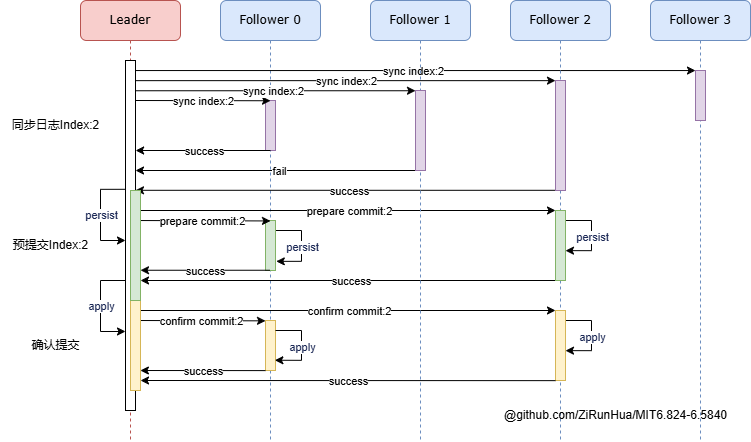
The draw.io diagram docs/lab3/img/two-stage-submit.png in ZiRunHua/MIT6.824-6.5840, before a commit. Source tidied: cells renumbered, new cells last; positions are measured from the earlier drawing's top-left corner, leaving out a move shared by most shapes.
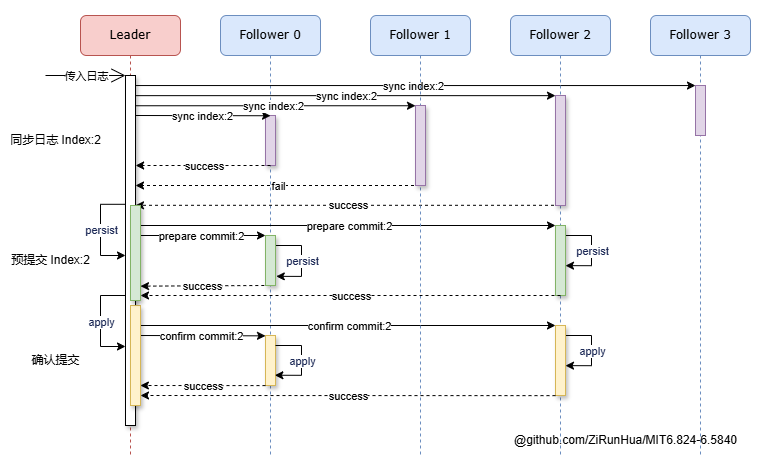
The same file after the commit.

Diff of the diagram source:
```diff
@@ -2,10 +2,16 @@
   <root>
     <mxCell id="0" />
     <mxCell id="1" parent="0" />
+    <mxCell id="64" style="rounded=0;whiteSpace=wrap;html=1;strokeColor=none;" parent="1" vertex="1">
+      <mxGeometry x="-5" y="-15" width="760" height="470" as="geometry" />
+    </mxCell>
+    <mxCell id="65" style="group;" parent="1" vertex="1">
+      <mxGeometry x="-5" width="750" height="440" as="geometry" />
+    </mxCell>
-    <mxCell id="2" value="Follower 0" style="shape=umlLifeline;perimeter=lifelinePerimeter;whiteSpace=wrap;html=1;outlineConnect=0;rounded=1;shadow=0;comic=0;labelBackgroundColor=none;strokeWidth=1;fontFamily=Verdana;fontSize=12;align=center;fillColor=#dae8fc;strokeColor=#6c8ebf;" parent="1" vertex="1">
+    <mxCell id="2" value="Follower 0" style="shape=umlLifeline;perimeter=lifelinePerimeter;whiteSpace=wrap;html=1;outlineConnect=0;rounded=1;shadow=0;comic=0;labelBackgroundColor=none;strokeWidth=1;fontFamily=Verdana;fontSize=12;align=center;fillColor=#dae8fc;strokeColor=#6c8ebf;" parent="65" vertex="1">
       <mxGeometry x="220" width="100" height="440" as="geometry" />
     </mxCell>
-    <mxCell id="3" style="html=1;perimeter=orthogonalPerimeter;rounded=0;shadow=0;comic=0;labelBackgroundColor=none;strokeWidth=1;fontFamily=Verdana;fontSize=12;align=center;fillColor=#e1d5e7;strokeColor=#9673a6;" parent="2" vertex="1">
+    <mxCell id="3" style="html=1;perimeter=orthogonalPerimeter;rounded=0;shadow=1;comic=0;labelBackgroundColor=none;strokeWidth=1;fontFamily=Verdana;fontSize=12;align=center;fillColor=#e1d5e7;strokeColor=#9673a6;" parent="2" vertex="1">
       <mxGeometry x="45" y="100" width="10" height="50" as="geometry" />
     </mxCell>
     <mxCell id="4" style="rounded=0;orthogonalLoop=1;jettySize=auto;html=1;exitX=1.044;exitY=0.091;exitDx=0;exitDy=0;exitPerimeter=0;entryX=0.144;entryY=0.005;entryDx=0;entryDy=0;entryPerimeter=0;" parent="2" edge="1">
@@ -17,7 +23,7 @@
     <mxCell id="5" value="sync index:2" style="edgeLabel;html=1;align=center;verticalAlign=middle;" parent="4" vertex="1">
       <mxGeometry relative="1" as="geometry" />
     </mxCell>
-    <mxCell id="6" style="rounded=0;orthogonalLoop=1;jettySize=auto;html=1;" parent="2" edge="1">
+    <mxCell id="6" style="rounded=0;orthogonalLoop=1;jettySize=auto;html=1;dashed=1;" parent="2" edge="1">
       <mxGeometry relative="1" as="geometry">
         <mxPoint x="50" y="150" as="sourcePoint" />
         <mxPoint x="-84.9" y="150" as="targetPoint" />
@@ -37,19 +43,19 @@
     <mxCell id="9" value="&lt;span style=&quot;color: rgb(29, 42, 87); font-family: Arial, Helvetica, &amp;quot;Hiragino Sans GB&amp;quot;, &amp;quot;Microsoft YaHei&amp;quot;, &amp;quot;WenQuanYi Micro Hei&amp;quot;, sans-serif; text-align: start; text-wrap-mode: wrap;&quot;&gt;&lt;font&gt;persist&lt;/font&gt;&lt;/span&gt;" style="edgeLabel;html=1;align=center;verticalAlign=middle;" parent="8" vertex="1">
       <mxGeometry relative="1" as="geometry" />
     </mxCell>
-    <mxCell id="10" style="html=1;points=[];perimeter=orthogonalPerimeter;rounded=0;shadow=0;comic=0;labelBackgroundColor=none;strokeWidth=1;fontFamily=Verdana;fontSize=12;align=center;fillColor=#d5e8d4;strokeColor=#82b366;" parent="2" vertex="1">
+    <mxCell id="10" style="html=1;points=[];perimeter=orthogonalPerimeter;rounded=0;shadow=1;comic=0;labelBackgroundColor=none;strokeWidth=1;fontFamily=Verdana;fontSize=12;align=center;fillColor=#d5e8d4;strokeColor=#82b366;" parent="2" vertex="1">
       <mxGeometry x="45" y="220" width="10" height="50" as="geometry" />
     </mxCell>
-    <mxCell id="11" style="rounded=0;orthogonalLoop=1;jettySize=auto;html=1;exitX=0.967;exitY=0.373;exitDx=0;exitDy=0;exitPerimeter=0;entryX=0.371;entryY=0.009;entryDx=0;entryDy=0;entryPerimeter=0;" parent="2" edge="1">
+    <mxCell id="11" style="rounded=0;orthogonalLoop=1;jettySize=auto;html=1;exitX=0.967;exitY=0.373;exitDx=0;exitDy=0;exitPerimeter=0;" parent="2" edge="1">
       <mxGeometry relative="1" as="geometry">
-        <mxPoint x="-88.7" y="220" as="sourcePoint" />
-        <mxPoint x="50" y="220.4" as="targetPoint" />
+        <mxPoint x="-83.7" y="220" as="sourcePoint" />
+        <mxPoint x="45" y="220" as="targetPoint" />
       </mxGeometry>
     </mxCell>
     <mxCell id="12" value="prepare commit:2" style="edgeLabel;html=1;align=center;verticalAlign=middle;" parent="11" vertex="1">
       <mxGeometry relative="1" as="geometry" />
     </mxCell>
-    <mxCell id="13" style="html=1;points=[];perimeter=orthogonalPerimeter;rounded=0;shadow=0;comic=0;labelBackgroundColor=none;strokeWidth=1;fontFamily=Verdana;fontSize=12;align=center;fillColor=#fff2cc;strokeColor=#d6b656;" parent="2" vertex="1">
+    <mxCell id="13" style="html=1;points=[];perimeter=orthogonalPerimeter;rounded=0;shadow=1;comic=0;labelBackgroundColor=none;strokeWidth=1;fontFamily=Verdana;fontSize=12;align=center;fillColor=#fff2cc;strokeColor=#d6b656;" parent="2" vertex="1">
       <mxGeometry x="45" y="320" width="10" height="50" as="geometry" />
     </mxCell>
     <mxCell id="14" style="rounded=0;orthogonalLoop=1;jettySize=auto;html=1;exitX=0.967;exitY=0.373;exitDx=0;exitDy=0;exitPerimeter=0;entryX=0.302;entryY=0.007;entryDx=0;entryDy=0;entryPerimeter=0;" parent="2" edge="1">
@@ -101,7 +107,7 @@
     <mxCell id="23" value="&lt;span style=&quot;color: rgb(29, 42, 87); font-family: Arial, Helvetica, &amp;quot;Hiragino Sans GB&amp;quot;, &amp;quot;Microsoft YaHei&amp;quot;, &amp;quot;WenQuanYi Micro Hei&amp;quot;, sans-serif; text-align: start; text-wrap-mode: wrap;&quot;&gt;apply&lt;/span&gt;" style="edgeLabel;html=1;align=center;verticalAlign=middle;" parent="22" vertex="1">
       <mxGeometry relative="1" as="geometry" />
     </mxCell>
-    <mxCell id="24" style="rounded=0;jettySize=auto;html=1;entryX=0.064;entryY=0.003;entryDx=0;entryDy=0;entryPerimeter=0;" parent="2" edge="1" source="58">
+    <mxCell id="24" style="rounded=0;jettySize=auto;html=1;entryX=0.064;entryY=0.003;entryDx=0;entryDy=0;entryPerimeter=0;textShadow=0;" parent="2" edge="1" source="58">
       <mxGeometry relative="1" as="geometry">
         <mxPoint x="335" y="80.1" as="targetPoint" />
       </mxGeometry>
@@ -129,7 +135,7 @@
     <mxCell id="29" value="&lt;span style=&quot;color: rgb(29, 42, 87); font-family: Arial, Helvetica, &amp;quot;Hiragino Sans GB&amp;quot;, &amp;quot;Microsoft YaHei&amp;quot;, &amp;quot;WenQuanYi Micro Hei&amp;quot;, sans-serif; text-align: start; text-wrap-mode: wrap;&quot;&gt;&lt;font&gt;persist&lt;/font&gt;&lt;/span&gt;" style="edgeLabel;html=1;align=center;verticalAlign=middle;" parent="28" vertex="1">
       <mxGeometry relative="1" as="geometry" />
     </mxCell>
-    <mxCell id="30" style="rounded=0;jettySize=auto;html=1;entryX=0.04;entryY=0.001;entryDx=0;entryDy=0;entryPerimeter=0;" parent="2" edge="1" source="57">
+    <mxCell id="30" style="rounded=0;jettySize=auto;html=1;entryX=0.04;entryY=0.001;entryDx=0;entryDy=0;entryPerimeter=0;textShadow=0;" parent="2" edge="1" source="57">
       <mxGeometry relative="1" as="geometry">
         <mxPoint x="475" y="70.1" as="targetPoint" />
       </mxGeometry>
@@ -137,7 +143,7 @@
     <mxCell id="31" value="sync index:2" style="edgeLabel;html=1;align=center;verticalAlign=middle;" parent="30" vertex="1">
       <mxGeometry relative="1" as="geometry" />
     </mxCell>
-    <mxCell id="32" style="rounded=0;jettySize=auto;html=1;entryX=1.233;entryY=0.295;entryDx=0;entryDy=0;entryPerimeter=0;" parent="2" edge="1" source="48">
+    <mxCell id="32" style="rounded=0;jettySize=auto;html=1;entryX=1.233;entryY=0.295;entryDx=0;entryDy=0;entryPerimeter=0;dashed=1;" parent="2" edge="1" source="48">
       <mxGeometry relative="1" as="geometry">
         <mxPoint x="-85" y="189.8" as="targetPoint" />
       </mxGeometry>
@@ -145,23 +151,6 @@
     <mxCell id="33" value="success" style="edgeLabel;html=1;align=center;verticalAlign=middle;" parent="32" vertex="1">
       <mxGeometry relative="1" as="geometry" />
     </mxCell>
-    <mxCell id="34" style="rounded=0;jettySize=auto;html=1;entryX=1.331;entryY=0.725;entryDx=0;entryDy=0;entryPerimeter=0;" parent="2" edge="1" source="2">
-      <mxGeometry relative="1" as="geometry">
-        <mxPoint x="-80" y="269.8" as="targetPoint" />
-      </mxGeometry>
-    </mxCell>
-    <mxCell id="35" value="success" style="edgeLabel;html=1;align=center;verticalAlign=middle;" parent="34" vertex="1">
-      <mxGeometry relative="1" as="geometry" />
-    </mxCell>
-    <mxCell id="36" style="rounded=0;orthogonalLoop=1;jettySize=auto;html=1;entryX=0.777;entryY=0.817;entryDx=0;entryDy=0;entryPerimeter=0;" parent="2" edge="1">
-      <mxGeometry relative="1" as="geometry">
-        <mxPoint x="340" y="280" as="sourcePoint" />
-        <mxPoint x="-80" y="280" as="targetPoint" />
-      </mxGeometry>
-    </mxCell>
-    <mxCell id="37" value="success" style="edgeLabel;html=1;align=center;verticalAlign=middle;" parent="36" vertex="1">
-      <mxGeometry relative="1" as="geometry" />
-    </mxCell>
     <mxCell id="38" style="edgeStyle=orthogonalEdgeStyle;rounded=0;jettySize=auto;html=1;exitX=-0.033;exitY=0.368;exitDx=0;exitDy=0;exitPerimeter=0;" parent="2" edge="1" source="58">
       <mxGeometry relative="1" as="geometry">
         <mxPoint x="-95" y="240" as="targetPoint" />
@@ -187,7 +176,7 @@
     <mxCell id="41" value="&lt;span style=&quot;color: rgb(29, 42, 87); font-family: Arial, Helvetica, &amp;quot;Hiragino Sans GB&amp;quot;, &amp;quot;Microsoft YaHei&amp;quot;, &amp;quot;WenQuanYi Micro Hei&amp;quot;, sans-serif; text-align: start; text-wrap-mode: wrap;&quot;&gt;&lt;font&gt;apply&lt;/font&gt;&lt;/span&gt;" style="edgeLabel;html=1;align=center;verticalAlign=middle;" parent="40" vertex="1">
       <mxGeometry relative="1" as="geometry" />
     </mxCell>
-    <mxCell id="42" style="rounded=0;jettySize=auto;html=1;entryX=0.933;entryY=0.227;entryDx=0;entryDy=0;entryPerimeter=0;" parent="2" edge="1" source="46">
+    <mxCell id="42" style="rounded=0;jettySize=auto;html=1;entryX=0.933;entryY=0.227;entryDx=0;entryDy=0;entryPerimeter=0;dashed=1;" parent="2" edge="1" source="46">
       <mxGeometry relative="1" as="geometry">
         <mxPoint x="-85" y="170" as="targetPoint" />
       </mxGeometry>
@@ -195,7 +184,7 @@
     <mxCell id="43" value="fail" style="edgeLabel;html=1;align=center;verticalAlign=middle;" parent="42" vertex="1">
       <mxGeometry relative="1" as="geometry" />
     </mxCell>
-    <mxCell id="44" style="rounded=0;orthogonalLoop=1;jettySize=auto;html=1;exitX=0.011;exitY=1.002;exitDx=0;exitDy=0;exitPerimeter=0;" parent="2" edge="1">
+    <mxCell id="44" style="rounded=0;orthogonalLoop=1;jettySize=auto;html=1;exitX=0.011;exitY=1.002;exitDx=0;exitDy=0;exitPerimeter=0;dashed=1;" parent="2" edge="1">
       <mxGeometry relative="1" as="geometry">
         <mxPoint x="45" y="370.1" as="sourcePoint" />
         <mxPoint x="-80.1" y="370" as="targetPoint" />
@@ -204,25 +193,25 @@
     <mxCell id="45" value="success" style="edgeLabel;html=1;align=center;verticalAlign=middle;" parent="44" vertex="1">
       <mxGeometry relative="1" as="geometry" />
     </mxCell>
-    <mxCell id="46" value="Follower 1" style="shape=umlLifeline;perimeter=lifelinePerimeter;whiteSpace=wrap;html=1;outlineConnect=0;rounded=1;shadow=0;comic=0;labelBackgroundColor=none;strokeWidth=1;fontFamily=Verdana;fontSize=12;align=center;fillColor=#dae8fc;strokeColor=#6c8ebf;" parent="1" vertex="1">
+    <mxCell id="46" value="Follower 1" style="shape=umlLifeline;perimeter=lifelinePerimeter;whiteSpace=wrap;html=1;outlineConnect=0;rounded=1;shadow=0;comic=0;labelBackgroundColor=none;strokeWidth=1;fontFamily=Verdana;fontSize=12;align=center;fillColor=#dae8fc;strokeColor=#6c8ebf;" parent="65" vertex="1">
       <mxGeometry x="370" width="100" height="440" as="geometry" />
     </mxCell>
-    <mxCell id="47" style="html=1;perimeter=orthogonalPerimeter;rounded=0;shadow=0;comic=0;labelBackgroundColor=none;strokeWidth=1;fontFamily=Verdana;fontSize=12;align=center;fillColor=#e1d5e7;strokeColor=#9673a6;" parent="46" vertex="1">
+    <mxCell id="47" style="html=1;perimeter=orthogonalPerimeter;rounded=0;shadow=1;comic=0;labelBackgroundColor=none;strokeWidth=1;fontFamily=Verdana;fontSize=12;align=center;fillColor=#e1d5e7;strokeColor=#9673a6;" parent="46" vertex="1">
       <mxGeometry x="45" y="90" width="10" height="80" as="geometry" />
     </mxCell>
-    <mxCell id="48" value="Follower 2" style="shape=umlLifeline;perimeter=lifelinePerimeter;whiteSpace=wrap;html=1;outlineConnect=0;rounded=1;shadow=0;comic=0;labelBackgroundColor=none;strokeWidth=1;fontFamily=Verdana;fontSize=12;align=center;fillColor=#dae8fc;strokeColor=#6c8ebf;" parent="1" vertex="1">
+    <mxCell id="48" value="Follower 2" style="shape=umlLifeline;perimeter=lifelinePerimeter;whiteSpace=wrap;html=1;outlineConnect=0;rounded=1;shadow=0;comic=0;labelBackgroundColor=none;strokeWidth=1;fontFamily=Verdana;fontSize=12;align=center;fillColor=#dae8fc;strokeColor=#6c8ebf;" parent="65" vertex="1">
       <mxGeometry x="510" width="100" height="440" as="geometry" />
     </mxCell>
-    <mxCell id="49" style="html=1;perimeter=orthogonalPerimeter;rounded=0;shadow=0;comic=0;labelBackgroundColor=none;strokeWidth=1;fontFamily=Verdana;fontSize=12;align=center;fillColor=#e1d5e7;strokeColor=#9673a6;" parent="48" vertex="1">
+    <mxCell id="49" style="html=1;perimeter=orthogonalPerimeter;rounded=0;shadow=1;comic=0;labelBackgroundColor=none;strokeWidth=1;fontFamily=Verdana;fontSize=12;align=center;fillColor=#e1d5e7;strokeColor=#9673a6;" parent="48" vertex="1">
       <mxGeometry x="45" y="80" width="10" height="110" as="geometry" />
     </mxCell>
-    <mxCell id="50" style="html=1;points=[];perimeter=orthogonalPerimeter;rounded=0;shadow=0;comic=0;labelBackgroundColor=none;strokeWidth=1;fontFamily=Verdana;fontSize=12;align=center;fillColor=#d5e8d4;strokeColor=#82b366;" parent="48" vertex="1">
+    <mxCell id="50" style="html=1;points=[];perimeter=orthogonalPerimeter;rounded=0;shadow=1;comic=0;labelBackgroundColor=none;strokeWidth=1;fontFamily=Verdana;fontSize=12;align=center;fillColor=#d5e8d4;strokeColor=#82b366;" parent="48" vertex="1">
       <mxGeometry x="45" y="210" width="10" height="70" as="geometry" />
     </mxCell>
-    <mxCell id="51" style="html=1;points=[];perimeter=orthogonalPerimeter;rounded=0;shadow=0;comic=0;labelBackgroundColor=none;strokeWidth=1;fontFamily=Verdana;fontSize=12;align=center;fillColor=#fff2cc;strokeColor=#d6b656;" parent="48" vertex="1">
+    <mxCell id="51" style="html=1;points=[];perimeter=orthogonalPerimeter;rounded=0;shadow=1;comic=0;labelBackgroundColor=none;strokeWidth=1;fontFamily=Verdana;fontSize=12;align=center;fillColor=#fff2cc;strokeColor=#d6b656;" parent="48" vertex="1">
       <mxGeometry x="45" y="310" width="10" height="70" as="geometry" />
     </mxCell>
-    <mxCell id="52" style="rounded=0;orthogonalLoop=1;jettySize=auto;html=1;exitX=0.171;exitY=1.002;exitDx=0;exitDy=0;exitPerimeter=0;" parent="48" edge="1">
+    <mxCell id="52" style="rounded=0;orthogonalLoop=1;jettySize=auto;html=1;exitX=0.171;exitY=1.002;exitDx=0;exitDy=0;exitPerimeter=0;dashed=1;" parent="48" edge="1">
       <mxGeometry relative="1" as="geometry">
         <mxPoint x="45" y="380.1" as="sourcePoint" />
         <mxPoint x="-370" y="380" as="targetPoint" />
@@ -231,35 +220,62 @@
     <mxCell id="53" value="success" style="edgeLabel;html=1;align=center;verticalAlign=middle;" parent="52" vertex="1">
       <mxGeometry relative="1" as="geometry" />
     </mxCell>
-    <mxCell id="54" value="Follower 3" style="shape=umlLifeline;perimeter=lifelinePerimeter;whiteSpace=wrap;html=1;rounded=1;shadow=0;comic=0;labelBackgroundColor=none;strokeWidth=1;fontFamily=Verdana;fontSize=12;align=center;fillColor=#dae8fc;strokeColor=#6c8ebf;" parent="1" vertex="1">
+    <mxCell id="54" value="Follower 3" style="shape=umlLifeline;perimeter=lifelinePerimeter;whiteSpace=wrap;html=1;rounded=1;shadow=0;comic=0;labelBackgroundColor=none;strokeWidth=1;fontFamily=Verdana;fontSize=12;align=center;fillColor=#dae8fc;strokeColor=#6c8ebf;" parent="65" vertex="1">
       <mxGeometry x="650" width="100" height="440" as="geometry" />
     </mxCell>
     <mxCell id="55" style="html=1;perimeter=orthogonalPerimeter;rounded=0;shadow=0;comic=0;labelBackgroundColor=none;strokeWidth=1;fontFamily=Verdana;fontSize=12;align=center;fillColor=#e1d5e7;strokeColor=#9673a6;" parent="54" vertex="1">
       <mxGeometry x="45" y="70" width="10" height="50" as="geometry" />
     </mxCell>
-    <mxCell id="56" value="@github.com/ZiRunHua/MIT6.824-6.5840" style="text;html=1;align=center;verticalAlign=middle;strokeColor=none;fillColor=none;opacity=80;" parent="54" vertex="1">
-      <mxGeometry x="-160" y="400" width="250" height="30" as="geometry" />
-    </mxCell>
-    <mxCell id="57" value="Leader" style="shape=umlLifeline;perimeter=lifelinePerimeter;whiteSpace=wrap;html=1;outlineConnect=0;rounded=1;shadow=0;comic=0;labelBackgroundColor=none;strokeWidth=1;fontFamily=Verdana;fontSize=12;align=center;fillColor=#f8cecc;strokeColor=#b85450;" parent="1" vertex="1">
+    <mxCell id="57" value="Leader" style="shape=umlLifeline;perimeter=lifelinePerimeter;whiteSpace=wrap;html=1;outlineConnect=0;rounded=1;shadow=0;comic=0;labelBackgroundColor=none;strokeWidth=1;fontFamily=Verdana;fontSize=12;align=center;fillColor=#f8cecc;strokeColor=#b85450;" parent="65" vertex="1">
       <mxGeometry x="80" width="100" height="440" as="geometry" />
     </mxCell>
-    <mxCell id="58" style="html=1;points=[];perimeter=orthogonalPerimeter;rounded=0;shadow=0;comic=0;labelBackgroundColor=none;strokeWidth=1;fontFamily=Verdana;fontSize=12;align=center;" parent="57" vertex="1">
+    <mxCell id="58" style="html=1;points=[];perimeter=orthogonalPerimeter;rounded=0;shadow=1;comic=0;labelBackgroundColor=none;strokeWidth=1;fontFamily=Verdana;fontSize=12;align=center;" parent="57" vertex="1">
       <mxGeometry x="45" y="60" width="10" height="350" as="geometry" />
     </mxCell>
-    <mxCell id="59" style="html=1;points=[];perimeter=orthogonalPerimeter;rounded=0;shadow=0;comic=0;labelBackgroundColor=none;strokeWidth=1;fontFamily=Verdana;fontSize=12;align=center;fillColor=#fff2cc;strokeColor=#d6b656;" parent="57" vertex="1">
+    <mxCell id="59" style="html=1;points=[];perimeter=orthogonalPerimeter;rounded=0;shadow=1;comic=0;labelBackgroundColor=none;strokeWidth=1;fontFamily=Verdana;fontSize=12;align=center;fillColor=#fff2cc;strokeColor=#d6b656;" parent="57" vertex="1">
       <mxGeometry x="50" y="290" width="10" height="100" as="geometry" />
     </mxCell>
-    <mxCell id="60" style="html=1;points=[];perimeter=orthogonalPerimeter;rounded=0;shadow=0;comic=0;labelBackgroundColor=none;strokeWidth=1;fontFamily=Verdana;fontSize=12;align=center;fillColor=#d5e8d4;strokeColor=#82b366;" parent="57" vertex="1">
-      <mxGeometry x="50" y="190" width="10" height="110" as="geometry" />
+    <mxCell id="60" style="html=1;points=[];perimeter=orthogonalPerimeter;rounded=0;shadow=1;comic=0;labelBackgroundColor=none;strokeWidth=1;fontFamily=Verdana;fontSize=12;align=center;fillColor=#d5e8d4;strokeColor=#82b366;" parent="57" vertex="1">
+      <mxGeometry x="50" y="190" width="10" height="95" as="geometry" />
     </mxCell>
+    <mxCell id="36" style="rounded=0;orthogonalLoop=1;jettySize=auto;html=1;entryX=0.777;entryY=0.817;entryDx=0;entryDy=0;entryPerimeter=0;dashed=1;" parent="57" edge="1">
+      <mxGeometry relative="1" as="geometry">
+        <mxPoint x="480" y="280" as="sourcePoint" />
+        <mxPoint x="60" y="280" as="targetPoint" />
+      </mxGeometry>
+    </mxCell>
+    <mxCell id="37" value="success" style="edgeLabel;html=1;align=center;verticalAlign=middle;" parent="36" vertex="1">
+      <mxGeometry relative="1" as="geometry" />
+    </mxCell>
+    <mxCell id="34" style="rounded=0;orthogonalLoop=1;jettySize=auto;html=1;entryX=1.119;entryY=0.849;entryDx=0;entryDy=0;entryPerimeter=0;dashed=1;" parent="57" edge="1">
+      <mxGeometry relative="1" as="geometry">
+        <mxPoint x="183.8" y="270" as="sourcePoint" />
+        <mxPoint x="60" y="270.7" as="targetPoint" />
+      </mxGeometry>
+    </mxCell>
+    <mxCell id="35" value="success" style="edgeLabel;html=1;align=center;verticalAlign=middle;" parent="34" vertex="1">
+      <mxGeometry relative="1" as="geometry" />
+    </mxCell>
-    <mxCell id="61" value="预提交Index:2" style="text;html=1;align=center;verticalAlign=middle;strokeColor=none;fillColor=none;" parent="1" vertex="1">
+    <mxCell id="61" value="预提交 Index:2" style="text;html=1;align=center;verticalAlign=middle;strokeColor=none;fillColor=none;" parent="65" vertex="1">
       <mxGeometry y="230" width="100" height="30" as="geometry" />
     </mxCell>
-    <mxCell id="62" value="同步日志Index:2" style="text;html=1;align=center;verticalAlign=middle;strokeColor=none;fillColor=none;" parent="1" vertex="1">
+    <mxCell id="62" value="同步日志 Index:2" style="text;html=1;align=center;verticalAlign=middle;strokeColor=none;fillColor=none;" parent="65" vertex="1">
       <mxGeometry y="110" width="110" height="30" as="geometry" />
     </mxCell>
-    <mxCell id="63" value="确认提交" style="text;html=1;align=center;verticalAlign=middle;strokeColor=none;fillColor=none;" parent="1" vertex="1">
+    <mxCell id="63" value="确认提交" style="text;html=1;align=center;verticalAlign=middle;strokeColor=none;fillColor=none;" parent="65" vertex="1">
       <mxGeometry x="20" y="330" width="70" height="30" as="geometry" />
     </mxCell>
+    <mxCell id="56" value="@github.com/ZiRunHua/MIT6.824-6.5840" style="text;html=1;align=center;verticalAlign=middle;strokeColor=none;fillColor=none;opacity=80;" parent="1" vertex="1">
+      <mxGeometry x="495" y="410" width="250" height="30" as="geometry" />
+    </mxCell>
+    <mxCell id="66" style="endArrow=open;endFill=1;endSize=12;html=1;rounded=0;" parent="1" edge="1">
+      <mxGeometry relative="1" as="geometry">
+        <mxPoint x="40" y="60" as="sourcePoint" />
+        <mxPoint x="120" y="60" as="targetPoint" />
+      </mxGeometry>
+    </mxCell>
+    <mxCell id="67" value="传入日志" style="edgeLabel;html=1;align=center;verticalAlign=middle;" parent="66" vertex="1">
+      <mxGeometry relative="1" as="geometry" />
+    </mxCell>
   </root>
 </mxGraphModel>
```
